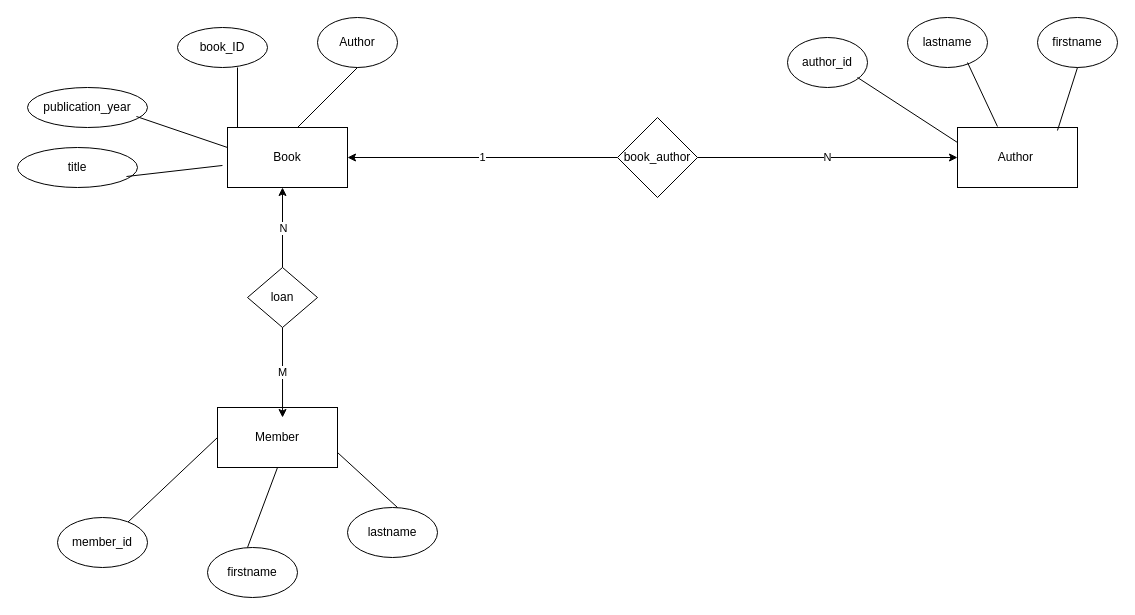
murwaneisa/SQL_libery_system keeps this draw.io diagram as libery_system.drawio. Above is the earlier version. Source tidied: cells renumbered, new cells numbered last; positions are measured from the earlier drawing's top-left corner, leaving out a move shared by most shapes. Both pictures are drawn from the tidied source at 100%, with x=0, y=0 at pixel (17, 17).
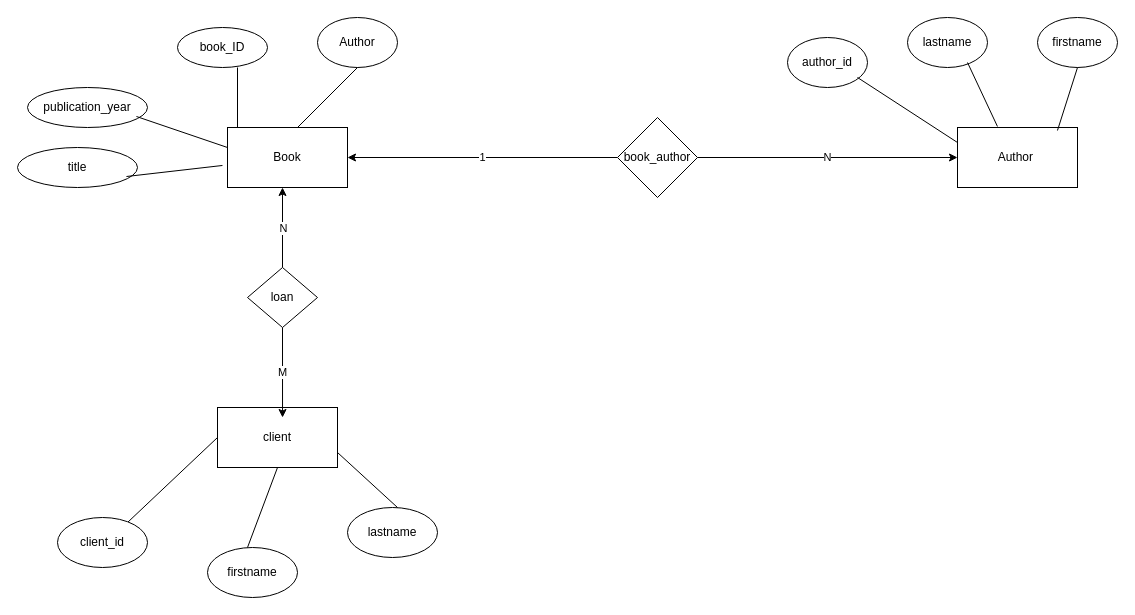
After the change.

Diff of the diagram source:
```diff
@@
-    <mxCell id="4" value="Member" style="rounded=0;whiteSpace=wrap;html=1;" parent="1" vertex="1">
+    <mxCell id="4" value="client" style="rounded=0;whiteSpace=wrap;html=1;" parent="1" vertex="1">
       <mxGeometry x="200" y="390" width="120" height="60" as="geometry" />
     </mxCell>
@@
-    <mxCell id="25" value="member_id" style="ellipse;whiteSpace=wrap;html=1;" parent="1" vertex="1">
+    <mxCell id="25" value="client_id" style="ellipse;whiteSpace=wrap;html=1;" parent="1" vertex="1">
       <mxGeometry x="40" y="500" width="90" height="50" as="geometry" />
     </mxCell>
```
